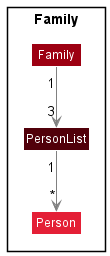
nus-cs2113-AY2122S2/tp keeps this PlantUML diagram as docs/images/FamilyComponent.png. Above is the earlier version.
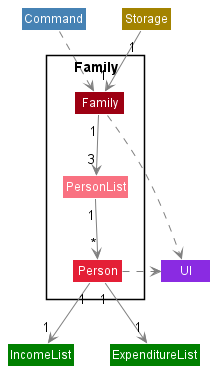
After the change.

Commit message:
Update class diagram for Family component

Diff of the diagram source:
```diff
@@ -3,12 +3,30 @@
 
 Package "Family" <<Rectangle>> {
     class Family MODEL_COLOR
-    class PersonList MODEL_COLOR_T3
+    class PersonList MODEL_COLOR_T1
     class Person  MODEL_COLOR_T2
 }
 
+class Command COMMAND_COLOR
+class UI UI_COLOR
+class Storage STORAGE_COLOR
+class IncomeList MONEY_COLOR
+class ExpenditureList MONEY_COLOR
+
+Command -down[#grey].> Family
+
+Storage "1" -down[#grey]-> "1" Family
+
 Family "1" -down[#grey]-> "3" PersonList
+
+Family -right[#grey].> UI
 
 PersonList "1" -down[#grey]-> "*" Person
 
+Person "1" -down[#grey]-> "1" IncomeList
+
+Person -right[#grey].> UI
+
+Person "1" -down[#grey]-> "1" ExpenditureList
+
 @enduml
```
